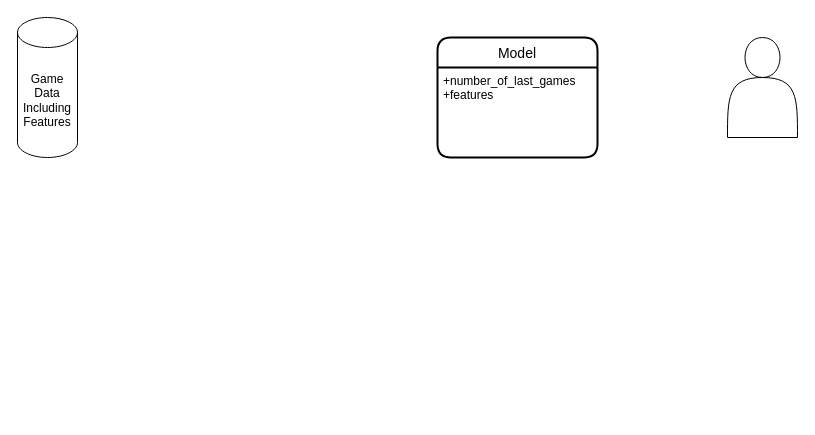
This is Untitled Diagram.drawio from thibaudjoel/beat-the-bm, a draw.io file, before an edit. Source tidied: cells renumbered, new cells numbered last; positions are measured from the earlier drawing's top-left corner, leaving out a move shared by most shapes. Both pictures are drawn from the tidied source at 100%, with x=0, y=0 at pixel (17, 17).
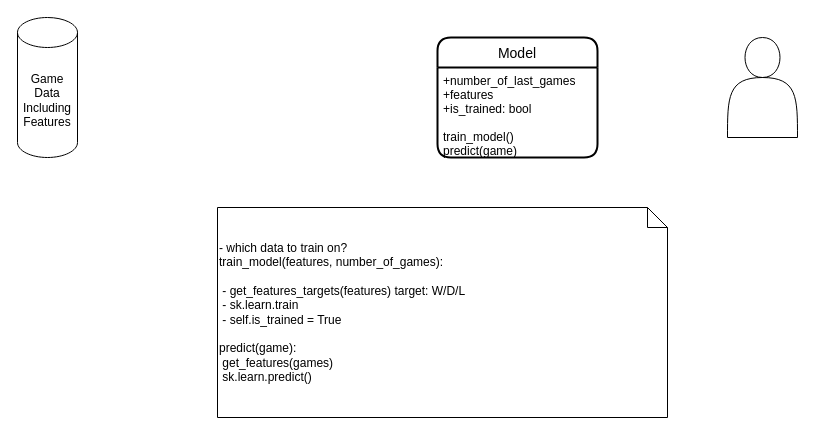
After the change.

Change to the diagram source:
```diff
@@
 <mxGraphModel>
   <root>
     <mxCell id="0" />
     <mxCell id="1" parent="0" />
     <mxCell id="2" value="Game Data Including Features" style="shape=cylinder3;whiteSpace=wrap;html=1;boundedLbl=1;backgroundOutline=1;size=15;" parent="1" vertex="1">
       <mxGeometry width="60" height="140" as="geometry" />
     </mxCell>
     <mxCell id="3" style="shape=actor;whiteSpace=wrap;html=1;" parent="1" vertex="1">
       <mxGeometry x="710" y="20" width="70" height="100" as="geometry" />
     </mxCell>
     <mxCell id="4" value="Model" style="swimlane;horizontal=1;startSize=30;rounded=1;fontSize=14;fontStyle=0;strokeWidth=2;shadow=0;dashed=0;align=center;" parent="1" vertex="1">
       <mxGeometry x="420" y="20" width="160" height="120" as="geometry" />
     </mxCell>
-    <mxCell id="5" value="+number_of_last_games&#10;+features" style="align=left;strokeColor=none;fillColor=none;spacingLeft=4;fontSize=12;verticalAlign=top;" parent="4" vertex="1">
+    <mxCell id="5" value="+number_of_last_games&#10;+features&#10;+is_trained: bool&#10;&#10;train_model()&#10;predict(game)" style="align=left;strokeColor=none;fillColor=none;spacingLeft=4;fontSize=12;verticalAlign=top;" parent="4" vertex="1">
       <mxGeometry y="30" width="160" height="90" as="geometry" />
     </mxCell>
+    <mxCell id="6" value="- which data to train on?&lt;br&gt;train_model(features, number_of_games):&lt;br&gt;&lt;br&gt;&lt;span style=&quot;white-space: pre;&quot;&gt; &lt;/span&gt;- get_features_targets(features) target: W/D/L&lt;br&gt;&lt;span style=&quot;white-space: pre;&quot;&gt; &lt;/span&gt;- sk.learn.train&lt;br&gt;&lt;span style=&quot;white-space: pre;&quot;&gt; &lt;/span&gt;- self.is_trained = True&lt;br&gt;&lt;br&gt;predict(game):&lt;br&gt;&lt;span style=&quot;white-space: pre;&quot;&gt; &lt;/span&gt;get_features(games)&lt;br&gt;&lt;span style=&quot;white-space: pre;&quot;&gt; &lt;/span&gt;sk.learn.predict()" style="shape=note;size=20;whiteSpace=wrap;html=1;align=left;" parent="1" vertex="1">
+      <mxGeometry x="200" y="190" width="450" height="210" as="geometry" />
+    </mxCell>
   </root>
 </mxGraphModel>
```
